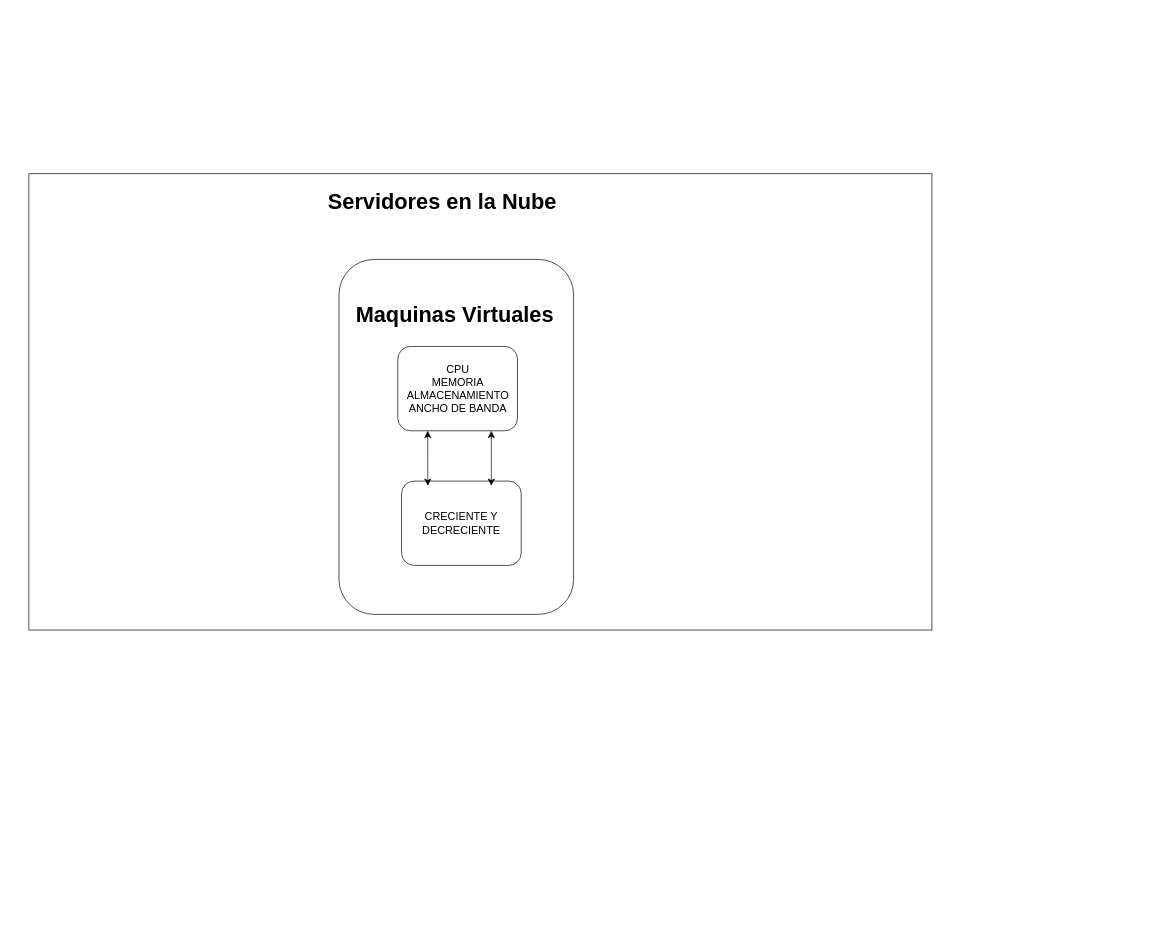
This is page "Página-1" (1 of 2) of SimulacionBasadaEnAgentes.drawio from EstebanGitPro/AdminFinanazas, a draw.io file, before an edit. Source tidied: cells renumbered, new cells numbered last; positions are measured from the earlier drawing's top-left corner, leaving out a move shared by most shapes. Both pictures are drawn from the tidied source at 68%, with x=0, y=0 at pixel (29, 173).
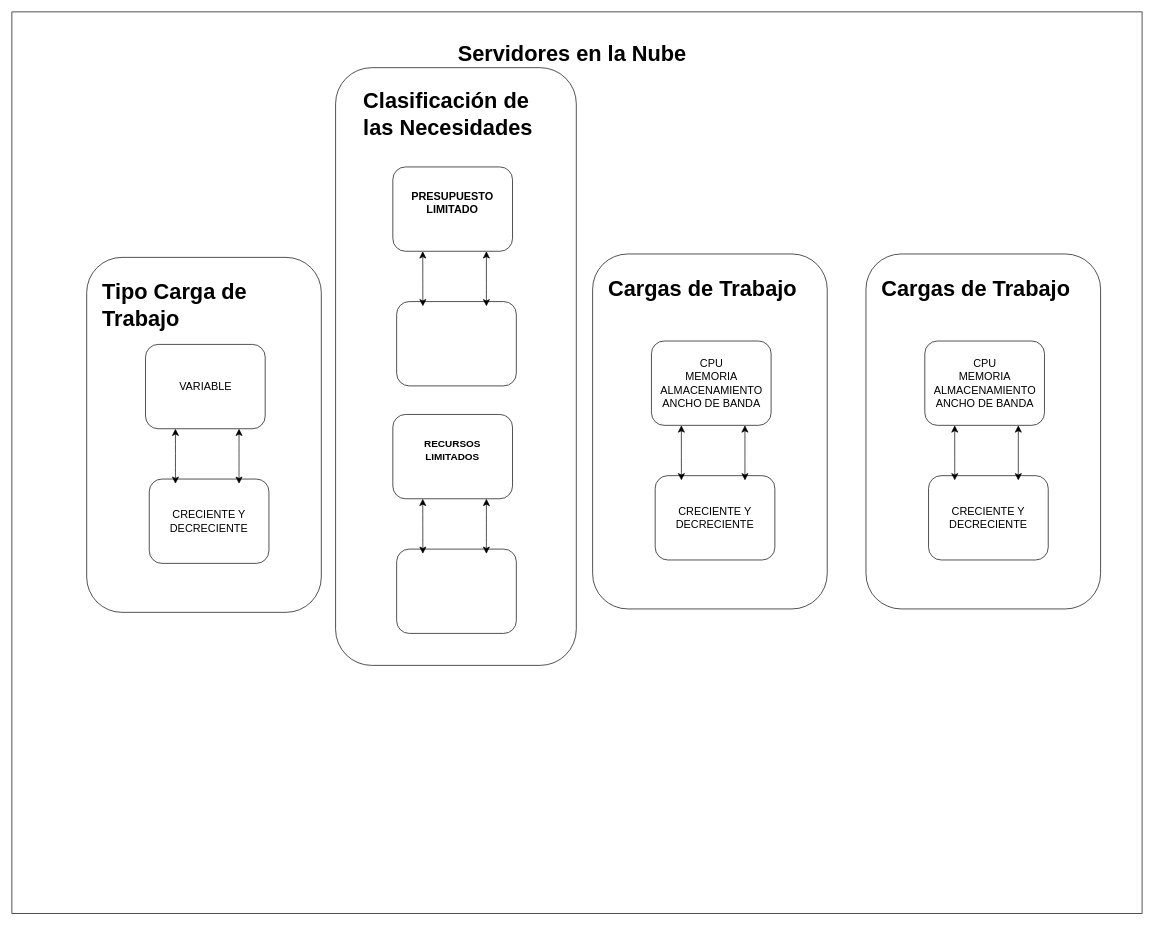
The same page after the edit.

Diff of the diagram source:
```diff
@@
     <mxCell id="2" style="rounded=0;whiteSpace=wrap;html=1;fontSize=16;" parent="1" vertex="1">
-      <mxGeometry width="1328" height="671" as="geometry" />
+      <mxGeometry x="-25" y="-238" width="1662" height="1326" as="geometry" />
     </mxCell>
     <mxCell id="3" value="&lt;h1&gt;Servidores en la Nube&lt;/h1&gt;" style="text;html=1;strokeColor=none;fillColor=none;spacing=5;spacingTop=-20;whiteSpace=wrap;overflow=hidden;rounded=0;fontSize=16;" parent="1" vertex="1">
-      <mxGeometry x="434.5" y="11" width="403" height="75" as="geometry" />
+      <mxGeometry x="626" y="-207" width="403" height="75" as="geometry" />
     </mxCell>
     <mxCell id="4" style="rounded=1;whiteSpace=wrap;html=1;fontSize=16;" parent="1" vertex="1">
-      <mxGeometry x="456" y="126" width="345" height="522" as="geometry" />
+      <mxGeometry x="451" y="-156" width="354" height="879" as="geometry" />
     </mxCell>
-    <mxCell id="5" value="&lt;h1&gt;Maquinas Virtuales&amp;nbsp;&lt;/h1&gt;" style="text;html=1;strokeColor=none;fillColor=none;spacing=5;spacingTop=-20;whiteSpace=wrap;overflow=hidden;rounded=0;fontSize=16;" parent="1" vertex="1">
-      <mxGeometry x="475.5" y="177" width="378" height="81" as="geometry" />
+    <mxCell id="5" value="&lt;h1&gt;Clasificación de las Necesidades&lt;/h1&gt;" style="text;html=1;strokeColor=none;fillColor=none;spacing=5;spacingTop=-20;whiteSpace=wrap;overflow=hidden;rounded=0;fontSize=16;" parent="1" vertex="1">
+      <mxGeometry x="487" y="-137" width="298" height="91" as="geometry" />
     </mxCell>
-    <mxCell id="6" value="CPU&lt;br&gt;MEMORIA&lt;br&gt;ALMACENAMIENTO&lt;br&gt;ANCHO DE BANDA" style="rounded=1;whiteSpace=wrap;html=1;fontSize=16;" parent="1" vertex="1">
-      <mxGeometry x="542.5" y="254" width="176" height="124" as="geometry" />
+    <mxCell id="6" value="&lt;span style=&quot;line-height: 107%;&quot;&gt;&lt;b&gt;PRESUPUESTO LIMITADO&lt;br&gt;&lt;span style=&quot;font-size: 14.6667px;&quot;&gt;&lt;br&gt;&lt;/span&gt;&lt;/b&gt;&lt;/span&gt;" style="rounded=1;whiteSpace=wrap;html=1;fontSize=16;" parent="1" vertex="1">
+      <mxGeometry x="535.2" y="-10" width="176" height="124" as="geometry" />
     </mxCell>
-    <mxCell id="7" value="CRECIENTE Y DECRECIENTE" style="rounded=1;whiteSpace=wrap;html=1;fontSize=16;" parent="1" vertex="1">
-      <mxGeometry x="548" y="452" width="176" height="124" as="geometry" />
+    <mxCell id="7" style="rounded=1;whiteSpace=wrap;html=1;fontSize=16;" parent="1" vertex="1">
+      <mxGeometry x="540.8" y="188" width="176" height="124" as="geometry" />
     </mxCell>
@@
     <mxCell id="9" style="endArrow=classic;startArrow=classic;html=1;rounded=0;fontSize=12;startSize=8;endSize=8;curved=1;entryX=0.25;entryY=1;entryDx=0;entryDy=0;exitX=0.219;exitY=0.056;exitDx=0;exitDy=0;exitPerimeter=0;" parent="1" edge="1">
       <mxGeometry relative="1" as="geometry">
-        <mxPoint x="680" y="459" as="sourcePoint" />
-        <mxPoint x="680" y="378" as="targetPoint" />
+        <mxPoint x="672.8" y="195" as="sourcePoint" />
+        <mxPoint x="672.8" y="114" as="targetPoint" />
       </mxGeometry>
     </mxCell>
+    <mxCell id="10" style="rounded=1;whiteSpace=wrap;html=1;fontSize=16;" parent="1" vertex="1">
+      <mxGeometry x="829" y="118" width="345" height="522" as="geometry" />
+    </mxCell>
+    <mxCell id="11" value="&lt;h1&gt;Cargas de Trabajo&lt;/h1&gt;" style="text;html=1;strokeColor=none;fillColor=none;spacing=5;spacingTop=-20;whiteSpace=wrap;overflow=hidden;rounded=0;fontSize=16;" parent="1" vertex="1">
+      <mxGeometry x="847" y="139" width="297.5" height="61" as="geometry" />
+    </mxCell>
+    <mxCell id="12" value="CPU&lt;br&gt;MEMORIA&lt;br&gt;ALMACENAMIENTO&lt;br&gt;ANCHO DE BANDA" style="rounded=1;whiteSpace=wrap;html=1;fontSize=16;" parent="1" vertex="1">
+      <mxGeometry x="915.5" y="246" width="176" height="124" as="geometry" />
+    </mxCell>
+    <mxCell id="13" value="CRECIENTE Y DECRECIENTE" style="rounded=1;whiteSpace=wrap;html=1;fontSize=16;" parent="1" vertex="1">
+      <mxGeometry x="921" y="444" width="176" height="124" as="geometry" />
+    </mxCell>
+    <mxCell id="14" style="endArrow=classic;startArrow=classic;html=1;rounded=0;fontSize=12;startSize=8;endSize=8;curved=1;entryX=0.25;entryY=1;entryDx=0;entryDy=0;exitX=0.219;exitY=0.056;exitDx=0;exitDy=0;exitPerimeter=0;" parent="1" edge="1" source="13" target="12">
+      <mxGeometry relative="1" as="geometry" />
+    </mxCell>
+    <mxCell id="15" style="endArrow=classic;startArrow=classic;html=1;rounded=0;fontSize=12;startSize=8;endSize=8;curved=1;entryX=0.25;entryY=1;entryDx=0;entryDy=0;exitX=0.219;exitY=0.056;exitDx=0;exitDy=0;exitPerimeter=0;" parent="1" edge="1">
+      <mxGeometry relative="1" as="geometry">
+        <mxPoint x="1053" y="451" as="sourcePoint" />
+        <mxPoint x="1053" y="370" as="targetPoint" />
+      </mxGeometry>
+    </mxCell>
+    <mxCell id="16" style="rounded=1;whiteSpace=wrap;html=1;fontSize=16;" parent="1" vertex="1">
+      <mxGeometry x="85" y="123" width="345" height="522" as="geometry" />
+    </mxCell>
+    <mxCell id="17" value="&lt;h1&gt;&lt;b&gt;Tipo Carga de Trabajo&lt;/b&gt;&lt;br&gt;&lt;/h1&gt;" style="text;html=1;strokeColor=none;fillColor=none;spacing=5;spacingTop=-20;whiteSpace=wrap;overflow=hidden;rounded=0;fontSize=16;" parent="1" vertex="1">
+      <mxGeometry x="103" y="144" width="298" height="90" as="geometry" />
+    </mxCell>
+    <mxCell id="18" value="VARIABLE" style="rounded=1;whiteSpace=wrap;html=1;fontSize=16;" parent="1" vertex="1">
+      <mxGeometry x="171.5" y="251" width="176" height="124" as="geometry" />
+    </mxCell>
+    <mxCell id="19" value="CRECIENTE Y DECRECIENTE" style="rounded=1;whiteSpace=wrap;html=1;fontSize=16;" parent="1" vertex="1">
+      <mxGeometry x="177" y="449" width="176" height="124" as="geometry" />
+    </mxCell>
+    <mxCell id="20" style="endArrow=classic;startArrow=classic;html=1;rounded=0;fontSize=12;startSize=8;endSize=8;curved=1;entryX=0.25;entryY=1;entryDx=0;entryDy=0;exitX=0.219;exitY=0.056;exitDx=0;exitDy=0;exitPerimeter=0;" parent="1" edge="1" source="19" target="18">
+      <mxGeometry relative="1" as="geometry" />
+    </mxCell>
+    <mxCell id="21" style="endArrow=classic;startArrow=classic;html=1;rounded=0;fontSize=12;startSize=8;endSize=8;curved=1;entryX=0.25;entryY=1;entryDx=0;entryDy=0;exitX=0.219;exitY=0.056;exitDx=0;exitDy=0;exitPerimeter=0;" parent="1" edge="1">
+      <mxGeometry relative="1" as="geometry">
+        <mxPoint x="309" y="456" as="sourcePoint" />
+        <mxPoint x="309" y="375" as="targetPoint" />
+      </mxGeometry>
+    </mxCell>
+    <mxCell id="22" style="rounded=1;whiteSpace=wrap;html=1;fontSize=16;" parent="1" vertex="1">
+      <mxGeometry x="1231" y="118" width="345" height="522" as="geometry" />
+    </mxCell>
+    <mxCell id="23" value="&lt;h1&gt;Cargas de Trabajo&lt;/h1&gt;" style="text;html=1;strokeColor=none;fillColor=none;spacing=5;spacingTop=-20;whiteSpace=wrap;overflow=hidden;rounded=0;fontSize=16;" parent="1" vertex="1">
+      <mxGeometry x="1249" y="139" width="297.5" height="61" as="geometry" />
+    </mxCell>
+    <mxCell id="24" value="CPU&lt;br&gt;MEMORIA&lt;br&gt;ALMACENAMIENTO&lt;br&gt;ANCHO DE BANDA" style="rounded=1;whiteSpace=wrap;html=1;fontSize=16;" parent="1" vertex="1">
+      <mxGeometry x="1317.5" y="246" width="176" height="124" as="geometry" />
+    </mxCell>
+    <mxCell id="25" value="CRECIENTE Y DECRECIENTE" style="rounded=1;whiteSpace=wrap;html=1;fontSize=16;" parent="1" vertex="1">
+      <mxGeometry x="1323" y="444" width="176" height="124" as="geometry" />
+    </mxCell>
+    <mxCell id="26" style="endArrow=classic;startArrow=classic;html=1;rounded=0;fontSize=12;startSize=8;endSize=8;curved=1;entryX=0.25;entryY=1;entryDx=0;entryDy=0;exitX=0.219;exitY=0.056;exitDx=0;exitDy=0;exitPerimeter=0;" parent="1" edge="1" source="25" target="24">
+      <mxGeometry relative="1" as="geometry" />
+    </mxCell>
+    <mxCell id="27" style="endArrow=classic;startArrow=classic;html=1;rounded=0;fontSize=12;startSize=8;endSize=8;curved=1;entryX=0.25;entryY=1;entryDx=0;entryDy=0;exitX=0.219;exitY=0.056;exitDx=0;exitDy=0;exitPerimeter=0;" parent="1" edge="1">
+      <mxGeometry relative="1" as="geometry">
+        <mxPoint x="1455" y="451" as="sourcePoint" />
+        <mxPoint x="1455" y="370" as="targetPoint" />
+      </mxGeometry>
+    </mxCell>
+    <mxCell id="28" value="&lt;span style=&quot;line-height: 107%;&quot;&gt;&lt;b&gt;&lt;span style=&quot;font-size: 14.6667px;&quot;&gt;RECURSOS &lt;br&gt;LIMITADOS&lt;br&gt;&lt;br&gt;&lt;/span&gt;&lt;/b&gt;&lt;/span&gt;" style="rounded=1;whiteSpace=wrap;html=1;fontSize=16;" parent="1" vertex="1">
+      <mxGeometry x="535.2" y="354" width="176" height="124" as="geometry" />
+    </mxCell>
+    <mxCell id="29" style="rounded=1;whiteSpace=wrap;html=1;fontSize=16;" parent="1" vertex="1">
+      <mxGeometry x="540.8" y="552" width="176" height="124" as="geometry" />
+    </mxCell>
+    <mxCell id="30" style="endArrow=classic;startArrow=classic;html=1;rounded=0;fontSize=12;startSize=8;endSize=8;curved=1;entryX=0.25;entryY=1;entryDx=0;entryDy=0;exitX=0.219;exitY=0.056;exitDx=0;exitDy=0;exitPerimeter=0;" parent="1" edge="1" source="29" target="28">
+      <mxGeometry relative="1" as="geometry" />
+    </mxCell>
+    <mxCell id="31" style="endArrow=classic;startArrow=classic;html=1;rounded=0;fontSize=12;startSize=8;endSize=8;curved=1;entryX=0.25;entryY=1;entryDx=0;entryDy=0;exitX=0.219;exitY=0.056;exitDx=0;exitDy=0;exitPerimeter=0;" parent="1" edge="1">
+      <mxGeometry relative="1" as="geometry">
+        <mxPoint x="672.8" y="559" as="sourcePoint" />
+        <mxPoint x="672.8" y="478" as="targetPoint" />
+      </mxGeometry>
+    </mxCell>
```
